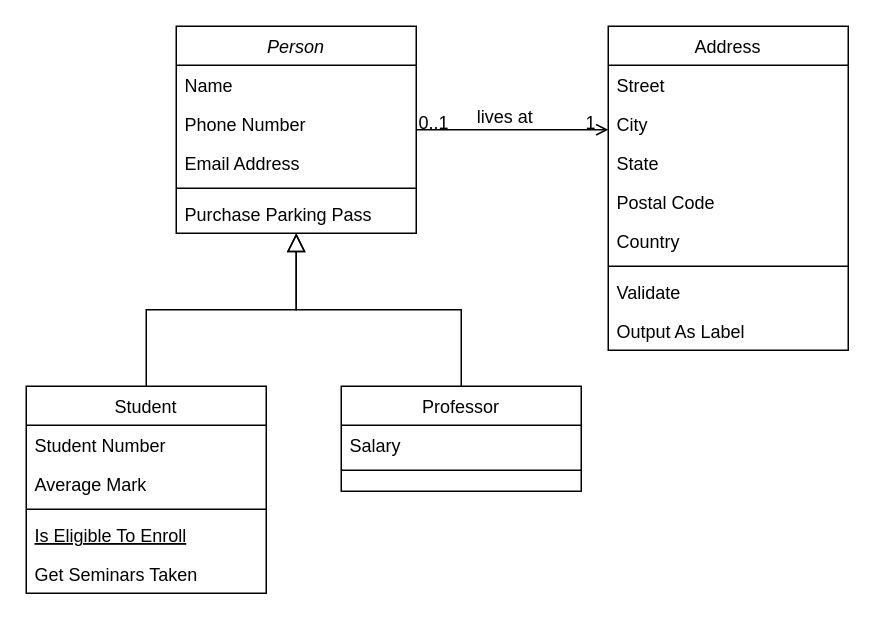
This is Diagrama sin título.drawio from Alexis-2301/Prueba, a draw.io file, before an edit. Source tidied: cells renumbered, new cells numbered last; positions are measured from the earlier drawing's top-left corner, leaving out a move shared by most shapes. Both pictures are drawn from the tidied source at 150%, with x=0, y=0 at pixel (26, 26).
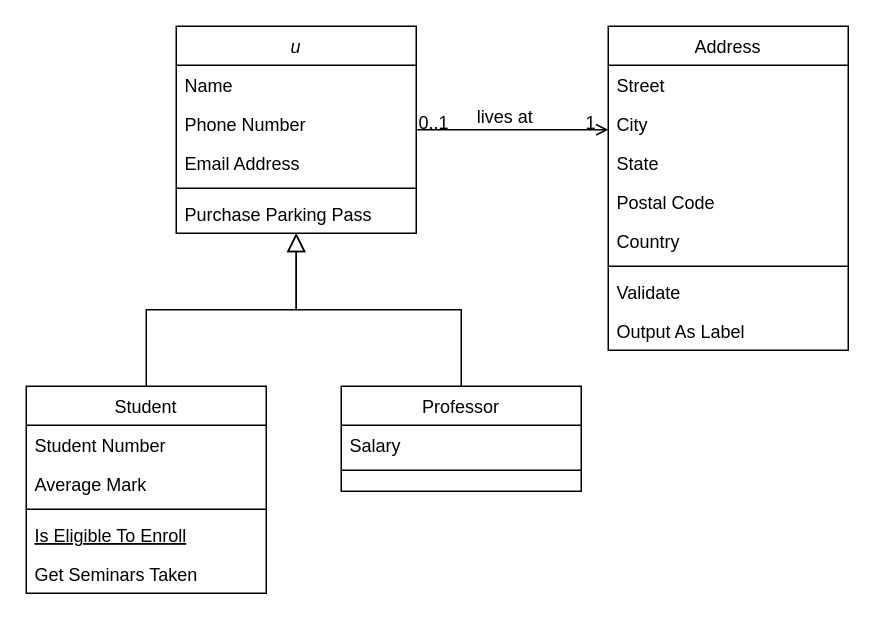
After the change.

Change to the diagram source:
```diff
@@
-    <mxCell id="2" value="Person" style="swimlane;fontStyle=2;align=center;verticalAlign=top;horizontal=1;startSize=26;rounded=0;shadow=0;strokeWidth=1;" parent="1" vertex="1">
+    <mxCell id="2" value="u" style="swimlane;fontStyle=2;align=center;verticalAlign=top;horizontal=1;startSize=26;rounded=0;shadow=0;strokeWidth=1;" parent="1" vertex="1">
       <mxGeometry x="100" width="160" height="138" as="geometry" />
     </mxCell>
```
